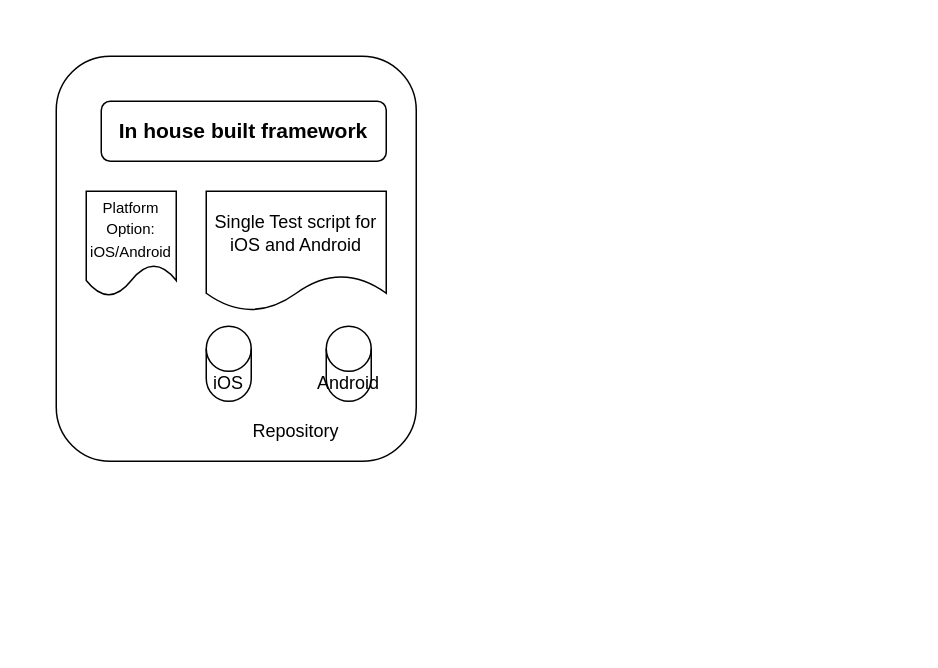
Above: Untitled Diagram.drawio in Siddh010/FirstRepo (draw.io), before the change. Source tidied: cells renumbered, new cells numbered last; positions are measured from the earlier drawing's top-left corner, leaving out a move shared by most shapes. Both pictures are drawn from the tidied source at 150%, with x=0, y=0 at pixel (56, 56).
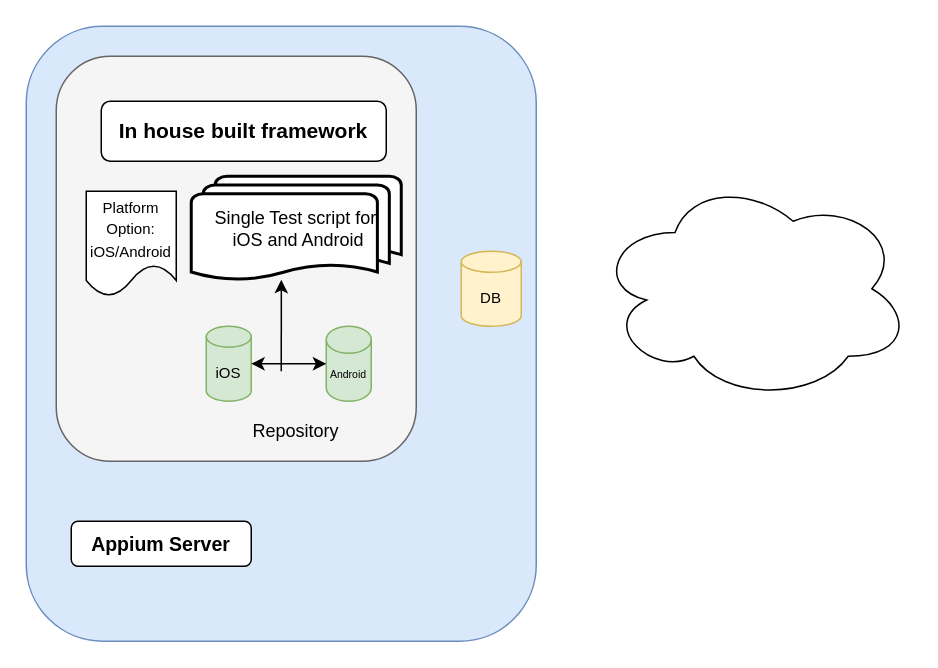
The same diagram, later.

Diff of the diagram source:
```diff
@@
 <mxGraphModel>
   <root>
     <mxCell id="0" />
     <mxCell id="1" parent="0" />
+    <mxCell id="9" style="rounded=1;whiteSpace=wrap;html=1;fontSize=10;fillColor=#dae8fc;strokeColor=#6c8ebf;" parent="1" vertex="1">
+      <mxGeometry x="-20" y="-20" width="340" height="410" as="geometry" />
+    </mxCell>
-    <mxCell id="2" style="rounded=1;whiteSpace=wrap;html=1;" parent="1" vertex="1">
+    <mxCell id="2" style="rounded=1;whiteSpace=wrap;html=1;fillColor=#f5f5f5;strokeColor=#666666;fontColor=#333333;" parent="1" vertex="1">
       <mxGeometry width="240" height="270" as="geometry" />
     </mxCell>
     <mxCell id="3" value="&lt;b&gt;&lt;font style=&quot;font-size: 14px&quot;&gt;In house built framework&lt;/font&gt;&lt;/b&gt;" style="rounded=1;whiteSpace=wrap;html=1;" parent="1" vertex="1">
       <mxGeometry x="30" y="30" width="190" height="40" as="geometry" />
     </mxCell>
     <mxCell id="4" value="&lt;font style=&quot;font-size: 10px&quot;&gt;Platform Option: iOS/Android&lt;/font&gt;" style="shape=document;whiteSpace=wrap;html=1;boundedLbl=1;" parent="1" vertex="1">
       <mxGeometry x="20" y="90" width="60" height="70" as="geometry" />
     </mxCell>
-    <mxCell id="5" value="Single Test script for iOS and Android" style="shape=document;whiteSpace=wrap;html=1;boundedLbl=1;" parent="1" vertex="1">
-      <mxGeometry x="100" y="90" width="120" height="80" as="geometry" />
-    </mxCell>
-    <mxCell id="6" value="iOS" style="shape=cylinder3;whiteSpace=wrap;html=1;boundedLbl=1;backgroundOutline=1;size=15;" parent="1" vertex="1">
+    <mxCell id="6" value="iOS" style="shape=cylinder3;whiteSpace=wrap;html=1;boundedLbl=1;backgroundOutline=1;size=7;fillColor=#d5e8d4;strokeColor=#82b366;fontSize=10;" parent="1" vertex="1">
       <mxGeometry x="100" y="180" width="30" height="50" as="geometry" />
     </mxCell>
     <mxCell id="7" value="Repository" style="text;html=1;strokeColor=none;fillColor=none;align=center;verticalAlign=middle;whiteSpace=wrap;rounded=0;" parent="1" vertex="1">
       <mxGeometry x="140" y="240" width="40" height="20" as="geometry" />
     </mxCell>
-    <mxCell id="8" value="Android" style="shape=cylinder3;whiteSpace=wrap;html=1;boundedLbl=1;backgroundOutline=1;size=15;" parent="1" vertex="1">
+    <mxCell id="8" value="Android" style="shape=cylinder3;whiteSpace=wrap;html=1;boundedLbl=1;backgroundOutline=1;size=9;fillColor=#d5e8d4;strokeColor=#82b366;fontSize=7;" parent="1" vertex="1">
       <mxGeometry x="180" y="180" width="30" height="50" as="geometry" />
     </mxCell>
+    <mxCell id="5" value="&lt;span style=&quot;font-size: 12px&quot;&gt;Single Test script for&lt;br&gt;&amp;nbsp;iOS and Android&lt;/span&gt;" style="strokeWidth=2;html=1;shape=mxgraph.flowchart.multi-document;whiteSpace=wrap;fontSize=10;" parent="1" vertex="1">
+      <mxGeometry x="90" y="80" width="140" height="70" as="geometry" />
+    </mxCell>
+    <mxCell id="10" style="endArrow=classic;startArrow=classic;html=1;fontSize=10;exitX=1;exitY=0.5;exitDx=0;exitDy=0;exitPerimeter=0;entryX=0;entryY=0.5;entryDx=0;entryDy=0;entryPerimeter=0;" parent="1" edge="1" source="6" target="8">
+      <mxGeometry relative="1" as="geometry" />
+    </mxCell>
+    <mxCell id="11" style="endArrow=classic;html=1;fontSize=10;entryX=0.429;entryY=0.986;entryDx=0;entryDy=0;entryPerimeter=0;" parent="1" edge="1" target="5">
+      <mxGeometry relative="1" as="geometry">
+        <mxPoint x="150" y="210" as="sourcePoint" />
+      </mxGeometry>
+    </mxCell>
+    <mxCell id="12" value="DB" style="shape=cylinder3;whiteSpace=wrap;html=1;boundedLbl=1;backgroundOutline=1;size=7;fontSize=10;fillColor=#fff2cc;strokeColor=#d6b656;" parent="1" vertex="1">
+      <mxGeometry x="270" y="130" width="40" height="50" as="geometry" />
+    </mxCell>
+    <mxCell id="13" value="&lt;b&gt;&lt;font style=&quot;font-size: 13px&quot;&gt;Appium Server&lt;/font&gt;&lt;/b&gt;" style="rounded=1;whiteSpace=wrap;html=1;fontSize=10;" parent="1" vertex="1">
+      <mxGeometry x="10" y="310" width="120" height="30" as="geometry" />
+    </mxCell>
+    <mxCell id="14" style="ellipse;shape=cloud;whiteSpace=wrap;html=1;fontSize=10;" parent="1" vertex="1">
+      <mxGeometry x="360" y="80" width="210" height="150" as="geometry" />
+    </mxCell>
   </root>
 </mxGraphModel>
```
